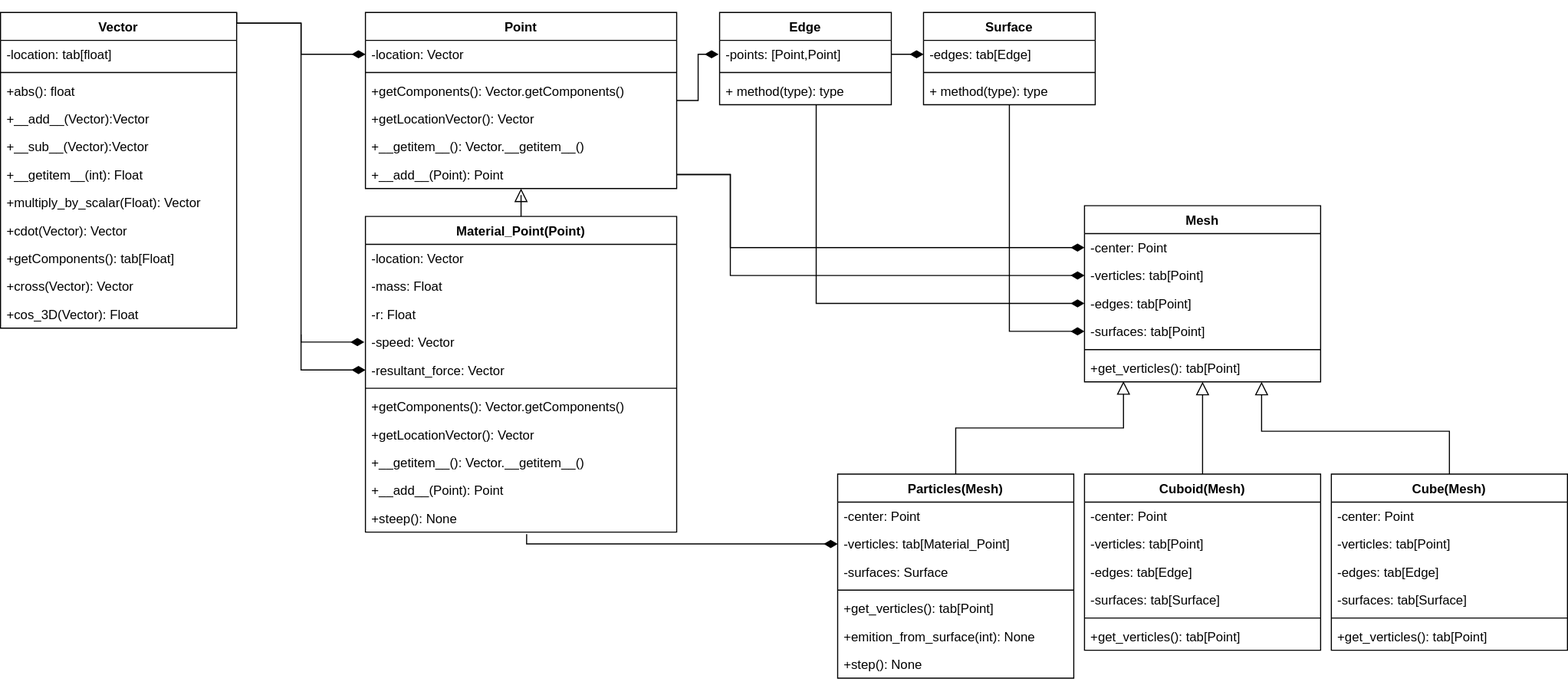
Before: Diagram_01.svg, a diagram exported from draw.io (PGszafir/TO_Project). Source tidied: cells renumbered, new cells last; positions are measured from the earlier drawing's top-left corner, leaving out a move shared by most shapes.
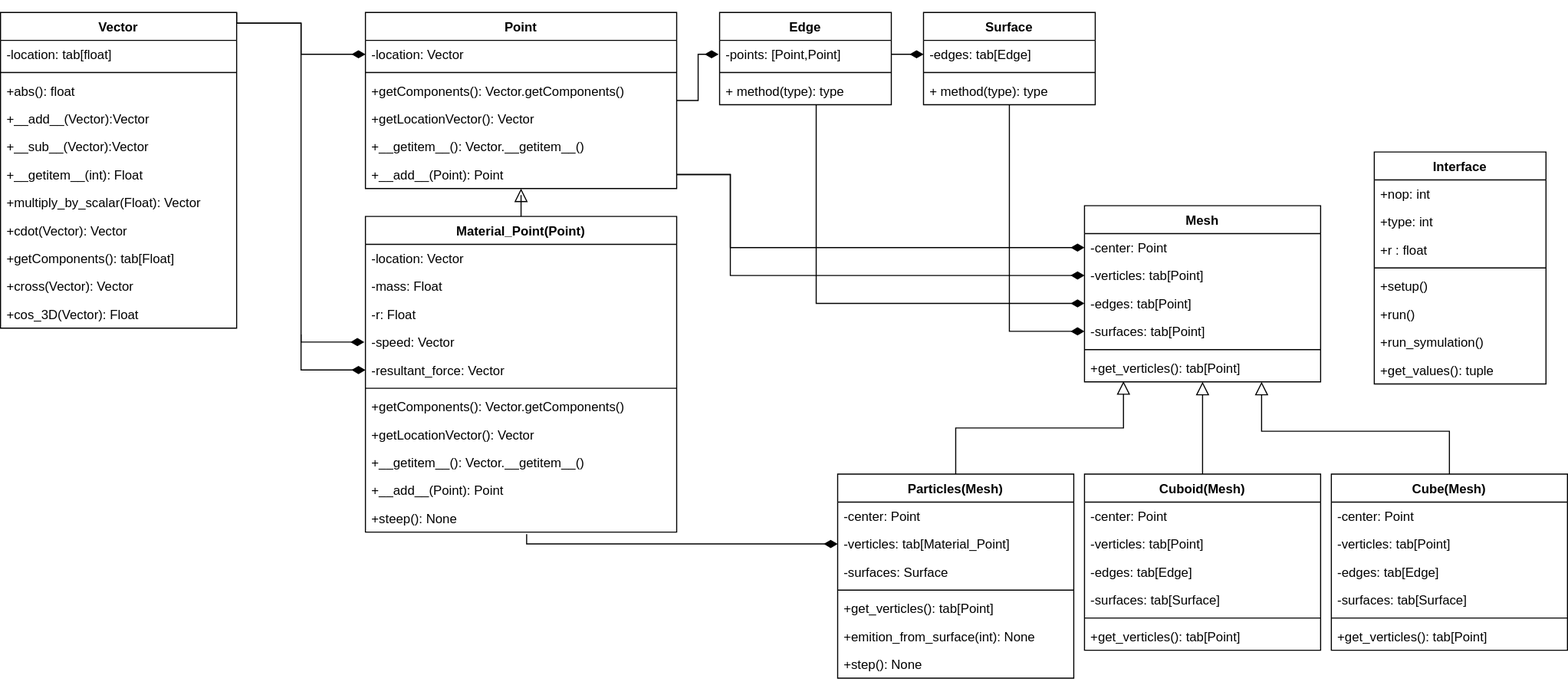
Later version of the same file.

The edit, as a diff of the source:
```diff
@@ -294,5 +294,32 @@
     <mxCell id="83" style="edgeStyle=orthogonalEdgeStyle;rounded=0;jettySize=auto;html=1;entryX=0;entryY=0.5;entryDx=0;entryDy=0;endArrow=diamondThin;endFill=1;endSize=10;targetPerimeterSpacing=1;" parent="1" edge="1" source="71" target="75">
       <mxGeometry relative="1" as="geometry" />
     </mxCell>
+    <mxCell id="84" value="Interface" style="swimlane;fontStyle=1;align=center;verticalAlign=top;horizontal=1;startSize=26;" parent="1" vertex="1">
+      <mxGeometry x="1280" y="130" width="160" height="216" as="geometry" />
+    </mxCell>
+    <mxCell id="85" value="+nop: int" style="text;strokeColor=none;fillColor=none;align=left;verticalAlign=top;spacingLeft=4;spacingRight=4;overflow=hidden;" parent="84" vertex="1">
+      <mxGeometry y="26" width="160" height="26" as="geometry" />
+    </mxCell>
+    <mxCell id="86" value="+type: int" style="text;strokeColor=none;fillColor=none;align=left;verticalAlign=top;spacingLeft=4;spacingRight=4;overflow=hidden;" parent="84" vertex="1">
+      <mxGeometry y="52" width="160" height="26" as="geometry" />
+    </mxCell>
+    <mxCell id="87" value="+r : float" style="text;strokeColor=none;fillColor=none;align=left;verticalAlign=top;spacingLeft=4;spacingRight=4;overflow=hidden;" parent="84" vertex="1">
+      <mxGeometry y="78" width="160" height="26" as="geometry" />
+    </mxCell>
+    <mxCell id="88" style="line;strokeWidth=1;fillColor=none;align=left;verticalAlign=middle;spacingTop=-1;spacingLeft=3;spacingRight=3;labelPosition=right;" parent="84" vertex="1">
+      <mxGeometry y="104" width="160" height="8" as="geometry" />
+    </mxCell>
+    <mxCell id="89" value="+setup()" style="text;strokeColor=none;fillColor=none;align=left;verticalAlign=top;spacingLeft=4;spacingRight=4;overflow=hidden;" parent="84" vertex="1">
+      <mxGeometry y="112" width="160" height="26" as="geometry" />
+    </mxCell>
+    <mxCell id="90" value="+run()" style="text;strokeColor=none;fillColor=none;align=left;verticalAlign=top;spacingLeft=4;spacingRight=4;overflow=hidden;" parent="84" vertex="1">
+      <mxGeometry y="138" width="160" height="26" as="geometry" />
+    </mxCell>
+    <mxCell id="91" value="+run_symulation()" style="text;strokeColor=none;fillColor=none;align=left;verticalAlign=top;spacingLeft=4;spacingRight=4;overflow=hidden;" parent="84" vertex="1">
+      <mxGeometry y="164" width="160" height="26" as="geometry" />
+    </mxCell>
+    <mxCell id="92" value="+get_values(): tuple" style="text;strokeColor=none;fillColor=none;align=left;verticalAlign=top;spacingLeft=4;spacingRight=4;overflow=hidden;" parent="84" vertex="1">
+      <mxGeometry y="190" width="160" height="26" as="geometry" />
+    </mxCell>
   </root>
 </mxGraphModel>
```
